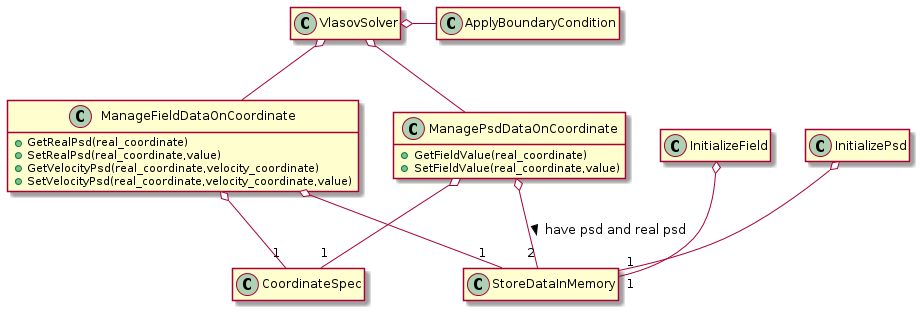
Earlier version of the PlantUML export out/designCode/class_design_outline/class_design_outline.png (Butadiene/HEEModByPuls).
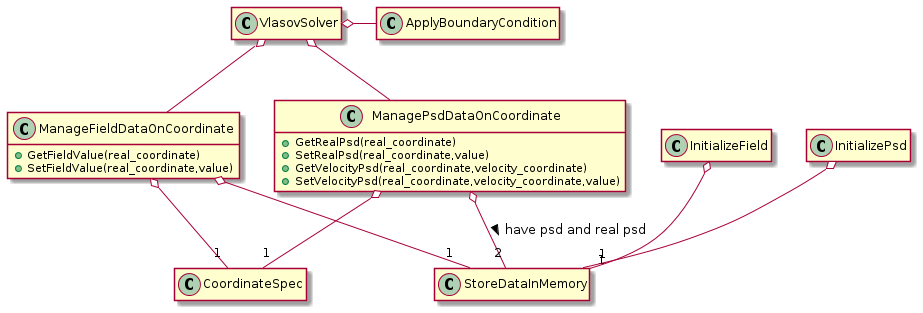
Later version of the same file.

The edit, as a diff of the source:
```diff
@@ -1,15 +1,19 @@
 @startuml class_design_outline
 
 class ManagePsdDataOnCoordinate{
-    + GetFieldValue(real_coordinate)
-    + SetFieldValue(real_coordinate,value)
-}
-
-class ManageFieldDataOnCoordinate{
     + GetRealPsd(real_coordinate)
     + SetRealPsd(real_coordinate,value)
     + GetVelocityPsd(real_coordinate,velocity_coordinate)
     + SetVelocityPsd(real_coordinate,velocity_coordinate,value)
+}
+
+
+class ManageFieldDataOnCoordinate{
+
+
+    + GetFieldValue(real_coordinate)
+    + SetFieldValue(real_coordinate,value)
+
 
 }
 
```
